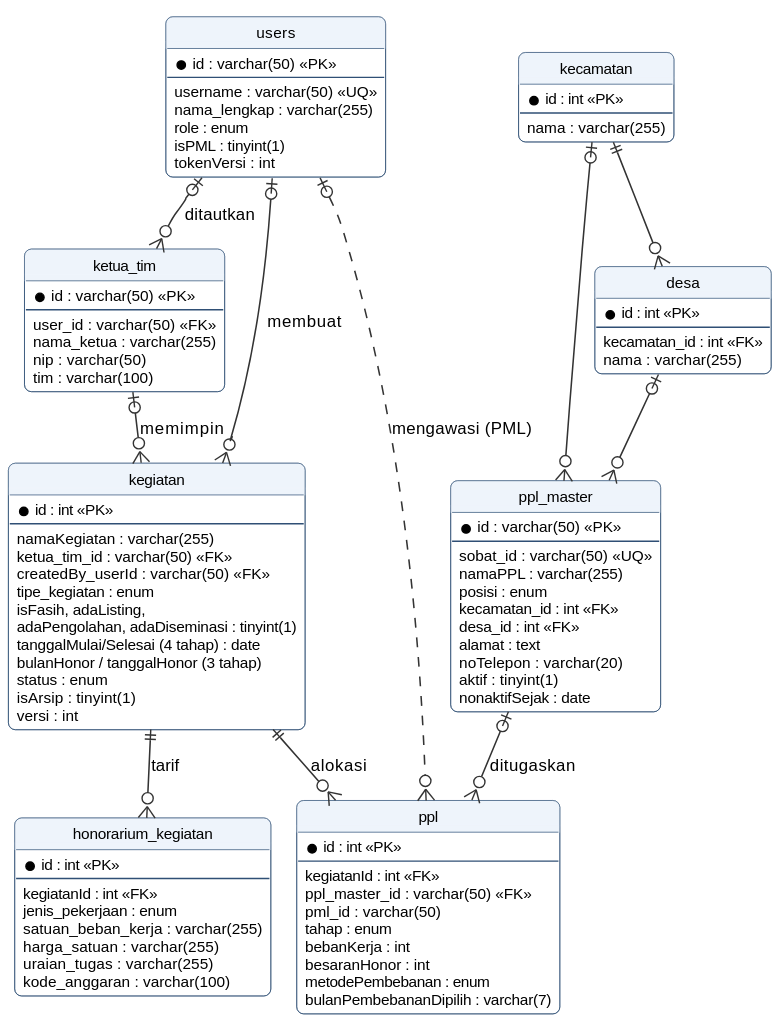
Earlier version of the PlantUML export docs/diagram/out/erd-kegiatan-alokasi.svg (kharis5870/Kharisma).
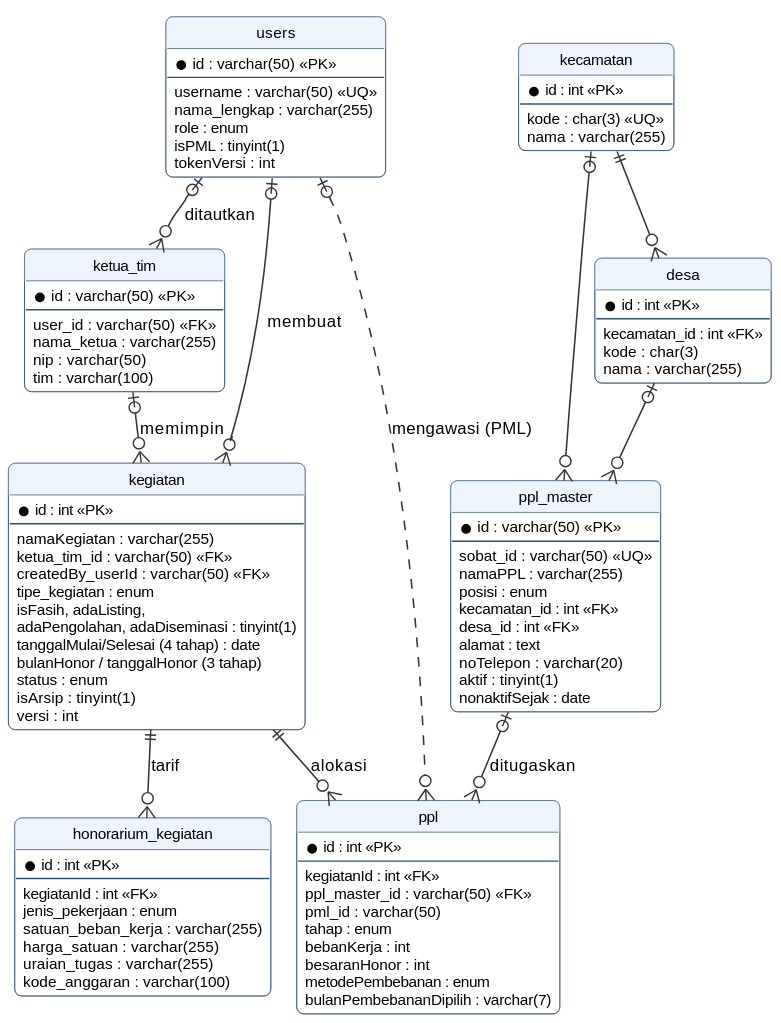
Later version of the same file.

Change to the diagram source:
```diff
@@ -79,6 +79,7 @@
 entity "kecamatan" as kecamatan {
   * id : int <<PK>>
   --
+  kode : char(3) <<UQ>>
   nama : varchar(255)
 }
 
@@ -86,6 +87,7 @@
   * id : int <<PK>>
   --
   kecamatan_id : int <<FK>>
+  kode : char(3)
   nama : varchar(255)
 }
 
```
